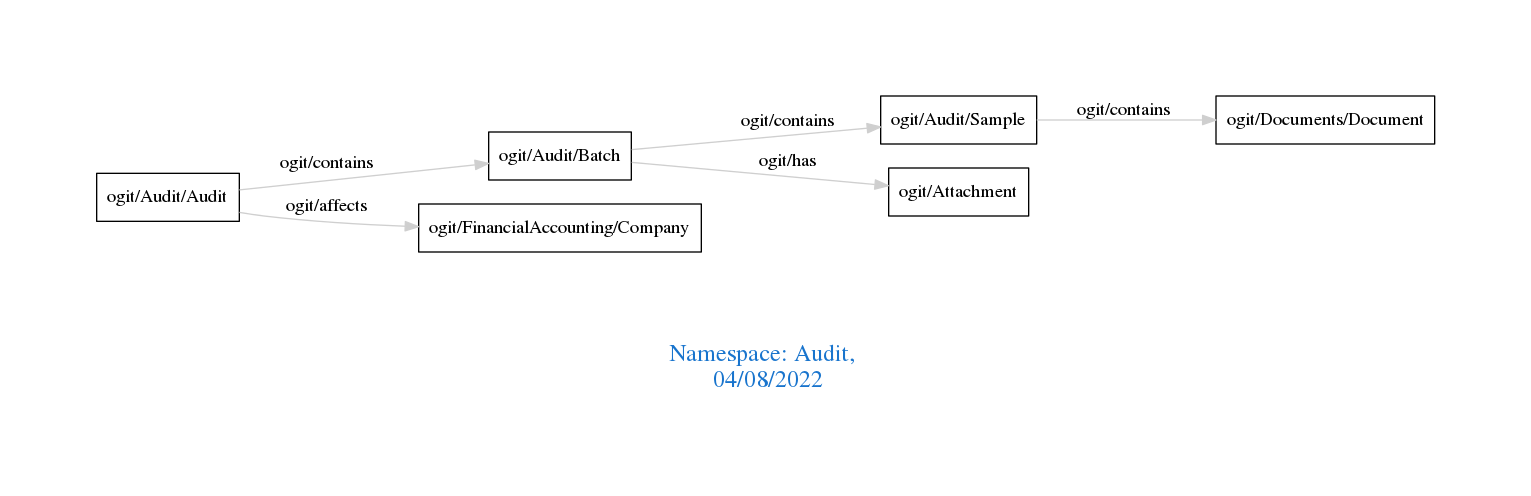
Above: downloads/Audit.png in arago/OGIT (Graphviz), before the change. Its source is kept beside it as downloads/Audit.dot.
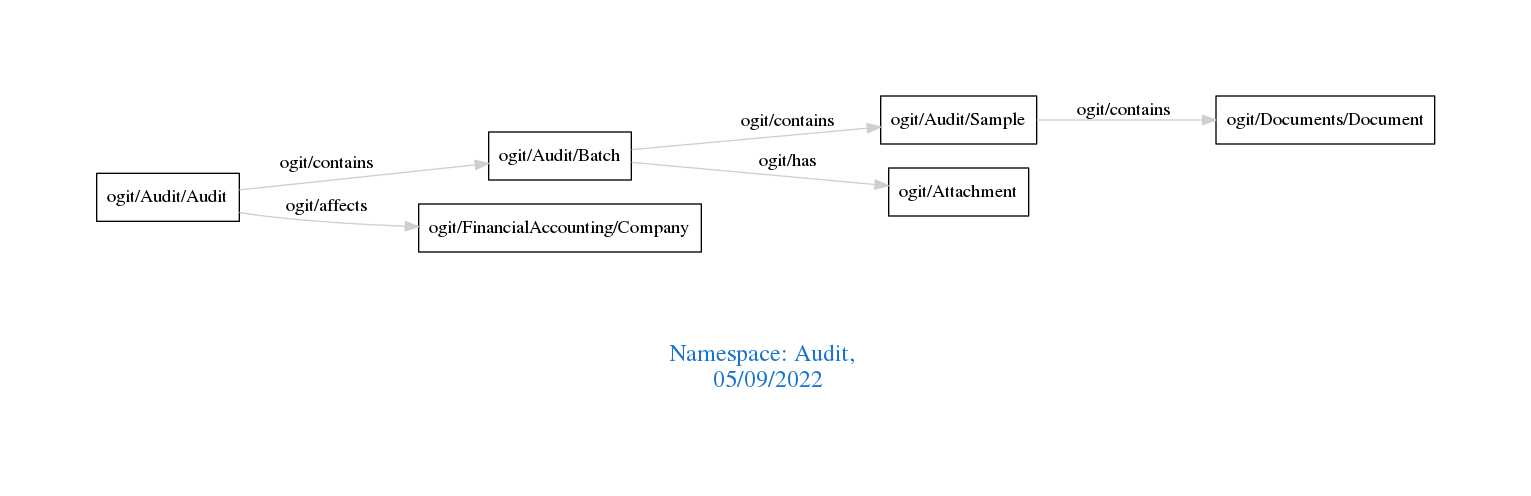
After the change.

The edit, as a diff of the source:
```diff
@@ -1,7 +1,7 @@
 digraph OGIT_ontology {
  graph [ rankdir= LR,pad=1
 fontsize = 18,
-fontcolor= dodgerblue3,label = "\n\n\nNamespace: Audit, \n 04/08/2022"];
+fontcolor= dodgerblue3,label = "\n\n\nNamespace: Audit, \n 05/09/2022"];
 node[shape=polygon];
 edge [  color="gray81"];
 
```
